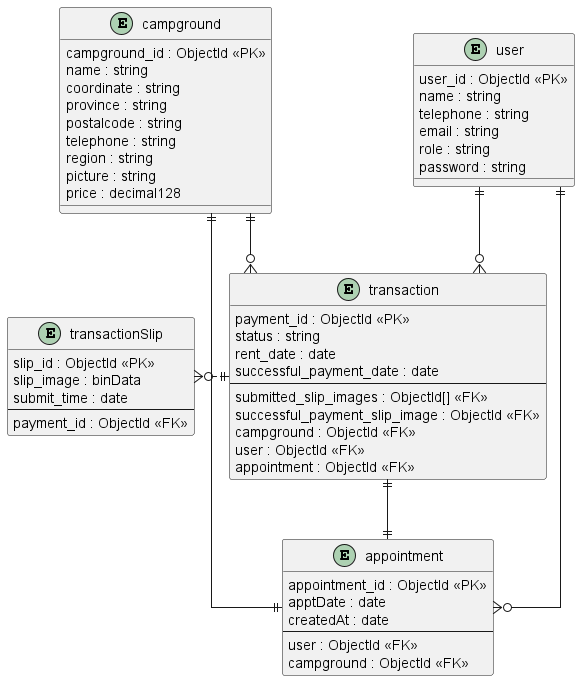
Earlier version of the PlantUML export models/DatabaseSchema.png (FaiiFaiipuipui/CEDT_Y1T2_backend-campgroundbooking).
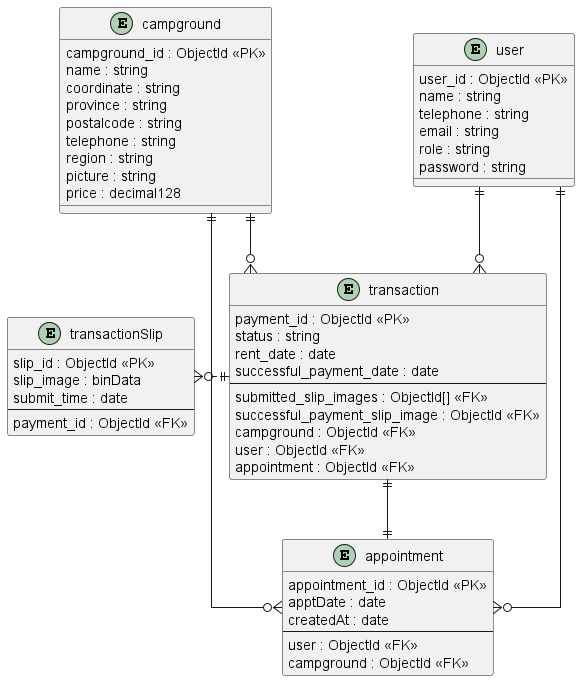
After the commit.

Commit message:
Update DatabaseSchema.puml to fix campground-appointment relationship

Change to the diagram source:
```diff
@@ -56,7 +56,7 @@
 
 user ||--o{ appointment
 user ||--o{ transaction
-campground ||--|| appointment
+campground ||--o{ appointment
 campground ||--o{ transaction
 transaction ||.left.o{ transactionSlip /' ONE to ZERO_OR_MANY '/
 transaction ||--|| appointment
```
